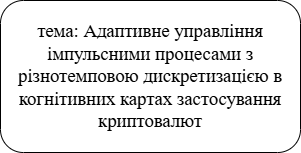
This is diploma idea.drawio.png from GeorgKantsedal/bitcoin-research, a draw.io export, as it was before one commit. Source tidied: cells renumbered, new cells last; positions are measured from the earlier drawing's top-left corner, leaving out a move shared by most shapes.
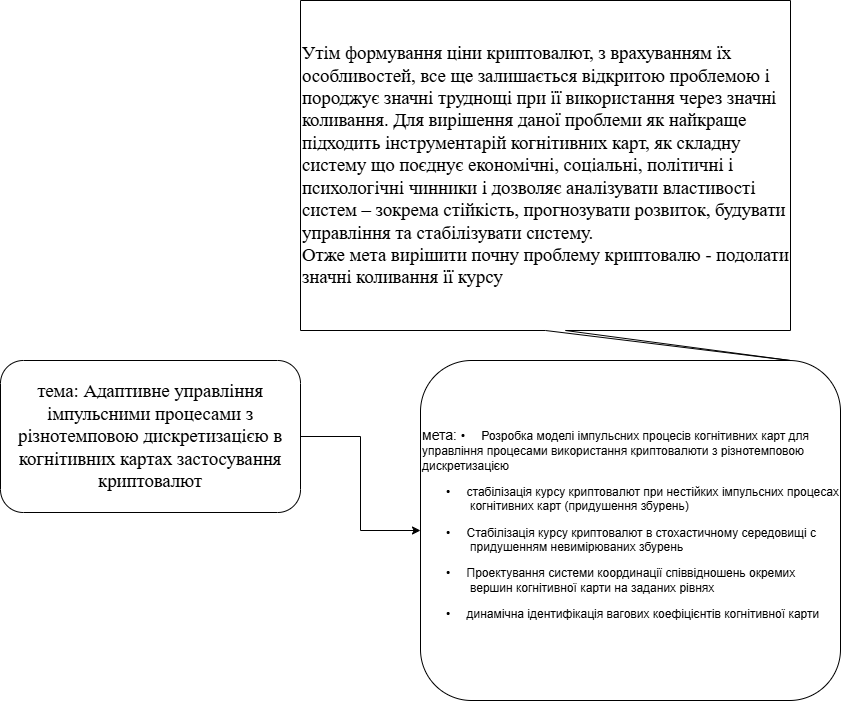
The same file after the commit.

Change to the diagram source:
```diff
@@ -2,8 +2,17 @@
   <root>
     <mxCell id="0" />
     <mxCell id="1" parent="0" />
+    <mxCell id="3" style="edgeStyle=orthogonalEdgeStyle;rounded=0;jettySize=auto;html=1;exitX=1;exitY=0.5;exitDx=0;exitDy=0;entryX=0;entryY=0.5;entryDx=0;entryDy=0;" parent="1" edge="1" source="2" target="4">
+      <mxGeometry relative="1" as="geometry" />
+    </mxCell>
     <mxCell id="2" value="&lt;span style=&quot;font-size:14.0pt;line-height:&lt;br/&gt;115%;font-family:&amp;quot;Times New Roman&amp;quot;,&amp;quot;serif&amp;quot;;mso-fareast-font-family:Calibri;&lt;br/&gt;mso-fareast-theme-font:minor-latin;mso-ansi-language:UK;mso-fareast-language:&lt;br/&gt;EN-US;mso-bidi-language:AR-SA&quot; lang=&quot;UK&quot;&gt;тема: Адаптивне управління імпульсними процесами з&lt;br&gt;різнотемповою дискретизацією в когнітивних картах застосування криптовалют&lt;/span&gt;" style="rounded=1;whiteSpace=wrap;html=1;" parent="1" vertex="1">
       <mxGeometry width="300" height="152" as="geometry" />
     </mxCell>
+    <mxCell id="4" value="&lt;font style=&quot;font-size: 14px;&quot;&gt;мета:&amp;nbsp;&lt;/font&gt;&lt;span style=&quot;text-indent: -18pt; background-color: transparent; color: light-dark(rgb(0, 0, 0), rgb(255, 255, 255)); font-family: Arial, &amp;quot;sans-serif&amp;quot;;&quot;&gt;•&lt;span style=&quot;font-variant-numeric: normal; font-variant-east-asian: normal; font-variant-alternates: normal; font-size-adjust: none; font-kerning: auto; font-optical-sizing: auto; font-feature-settings: normal; font-variation-settings: normal; font-variant-position: normal; font-variant-emoji: normal; font-stretch: normal; font-size: 7pt; line-height: normal; font-family: &amp;quot;Times New Roman&amp;quot;;&quot;&gt;&amp;nbsp;&amp;nbsp;&amp;nbsp;&amp;nbsp;&amp;nbsp;&amp;nbsp; &lt;/span&gt;&lt;/span&gt;&lt;span style=&quot;text-indent: -18pt; background-color: transparent; color: light-dark(rgb(0, 0, 0), rgb(255, 255, 255));&quot; lang=&quot;UK&quot;&gt;Розробка моделі імпульсних процесів когнітивних карт для управління процесами використання криптовалюти з різнотемповою дискретизацією&lt;/span&gt;&lt;p style=&quot;margin-left:36.0pt;text-indent:-18.0pt;mso-list:l0 level1 lfo1;&lt;br/&gt;tab-stops:list 36.0pt&quot; class=&quot;MsoNormal&quot;&gt;&lt;span style=&quot;font-family:&amp;quot;Arial&amp;quot;,&amp;quot;sans-serif&amp;quot;;&lt;br/&gt;mso-fareast-font-family:Arial;mso-ansi-language:RU&quot;&gt;•&lt;span style=&quot;font-variant-numeric: normal; font-variant-east-asian: normal; font-variant-alternates: normal; font-size-adjust: none; font-kerning: auto; font-optical-sizing: auto; font-feature-settings: normal; font-variation-settings: normal; font-variant-position: normal; font-variant-emoji: normal; font-stretch: normal; font-size: 7pt; line-height: normal; font-family: &amp;quot;Times New Roman&amp;quot;;&quot;&gt;&amp;nbsp;&amp;nbsp;&amp;nbsp;&amp;nbsp;&amp;nbsp;&amp;nbsp; &lt;/span&gt;&lt;/span&gt;&lt;span lang=&quot;UK&quot;&gt;стабілізація курсу криптовалют при нестійких імпульсних процесах&lt;br&gt;когнітивних карт (придушення збурень)&lt;/span&gt;&lt;/p&gt;&lt;p style=&quot;margin-left:36.0pt;text-indent:-18.0pt;mso-list:l0 level1 lfo1;&lt;br/&gt;tab-stops:list 36.0pt&quot; class=&quot;MsoNormal&quot;&gt;&lt;span style=&quot;font-family:&amp;quot;Arial&amp;quot;,&amp;quot;sans-serif&amp;quot;;&lt;br/&gt;mso-fareast-font-family:Arial;mso-ansi-language:RU&quot;&gt;•&lt;span style=&quot;font-variant-numeric: normal; font-variant-east-asian: normal; font-variant-alternates: normal; font-size-adjust: none; font-kerning: auto; font-optical-sizing: auto; font-feature-settings: normal; font-variation-settings: normal; font-variant-position: normal; font-variant-emoji: normal; font-stretch: normal; font-size: 7pt; line-height: normal; font-family: &amp;quot;Times New Roman&amp;quot;;&quot;&gt;&amp;nbsp;&amp;nbsp;&amp;nbsp;&amp;nbsp;&amp;nbsp;&amp;nbsp; &lt;/span&gt;&lt;/span&gt;&lt;span lang=&quot;UK&quot;&gt;Стабілізація курсу криптовалют в стохастичному середовищі с придушенням невимірюваних збурень&lt;/span&gt;&lt;/p&gt;&lt;p style=&quot;margin-left:36.0pt;text-indent:-18.0pt;mso-list:l0 level1 lfo1;&lt;br/&gt;tab-stops:list 36.0pt&quot; class=&quot;MsoNormal&quot;&gt;&lt;span style=&quot;font-family:&amp;quot;Arial&amp;quot;,&amp;quot;sans-serif&amp;quot;;&lt;br/&gt;mso-fareast-font-family:Arial;mso-ansi-language:RU&quot;&gt;•&lt;span style=&quot;font-variant-numeric: normal; font-variant-east-asian: normal; font-variant-alternates: normal; font-size-adjust: none; font-kerning: auto; font-optical-sizing: auto; font-feature-settings: normal; font-variation-settings: normal; font-variant-position: normal; font-variant-emoji: normal; font-stretch: normal; font-size: 7pt; line-height: normal; font-family: &amp;quot;Times New Roman&amp;quot;;&quot;&gt;&amp;nbsp;&amp;nbsp;&amp;nbsp;&amp;nbsp;&amp;nbsp;&amp;nbsp; &lt;/span&gt;&lt;/span&gt;&lt;span lang=&quot;UK&quot;&gt;Проектування системи координації співвідношень окремих вершин когнітивної карти на заданих рівнях&lt;/span&gt;&lt;/p&gt;&lt;p style=&quot;margin-left:36.0pt;text-indent:-18.0pt;mso-list:l0 level1 lfo1;&lt;br/&gt;tab-stops:list 36.0pt&quot; class=&quot;MsoNormal&quot;&gt;&lt;span style=&quot;font-family:&amp;quot;Arial&amp;quot;,&amp;quot;sans-serif&amp;quot;;&lt;br/&gt;mso-fareast-font-family:Arial;mso-ansi-language:RU&quot;&gt;•&lt;span style=&quot;font-variant-numeric: normal; font-variant-east-asian: normal; font-variant-alternates: normal; font-size-adjust: none; font-kerning: auto; font-optical-sizing: auto; font-feature-settings: normal; font-variation-settings: normal; font-variant-position: normal; font-variant-emoji: normal; font-stretch: normal; font-size: 7pt; line-height: normal; font-family: &amp;quot;Times New Roman&amp;quot;;&quot;&gt;&amp;nbsp;&amp;nbsp;&amp;nbsp;&amp;nbsp;&amp;nbsp;&amp;nbsp; &lt;/span&gt;&lt;/span&gt;&lt;span lang=&quot;UK&quot;&gt;динамічна ідентифікація вагових коефіцієнтів когнітивної карти&lt;/span&gt;&lt;/p&gt;" style="rounded=1;whiteSpace=wrap;html=1;align=left;" parent="1" vertex="1">
+      <mxGeometry x="420" width="420" height="340" as="geometry" />
+    </mxCell>
+    <mxCell id="5" value="&lt;span style=&quot;font-size:14.0pt;line-height:&lt;br/&gt;150%;font-family:&amp;quot;Times New Roman&amp;quot;,&amp;quot;serif&amp;quot;;mso-fareast-font-family:&amp;quot;Times New Roman&amp;quot;;&lt;br/&gt;mso-ansi-language:UK;mso-fareast-language:EN-US;mso-bidi-language:AR-SA&quot; lang=&quot;UK&quot;&gt;Утім формування ціни криптовалют, з врахуванням їх особливостей, все ще залишається відкритою проблемою і породжує значні труднощі при її використання через значні&lt;br&gt;коливання. Для вирішення даної проблеми як найкраще підходить інструментарій когнітивних карт, як складну систему що поєднує економічні, соціальні, політичні і психологічні чинники і дозволяє аналізувати властивості систем – зокрема стійкість, прогнозувати розвиток, будувати управління та стабілізувати систему.&amp;nbsp;&lt;/span&gt;&lt;div&gt;&lt;span style=&quot;font-size:14.0pt;line-height:&lt;br/&gt;150%;font-family:&amp;quot;Times New Roman&amp;quot;,&amp;quot;serif&amp;quot;;mso-fareast-font-family:&amp;quot;Times New Roman&amp;quot;;&lt;br/&gt;mso-ansi-language:UK;mso-fareast-language:EN-US;mso-bidi-language:AR-SA&quot; lang=&quot;UK&quot;&gt;Отже мета вирішити почну проблему криптовалю - подолати значні коливання її курсу&amp;nbsp;&lt;/span&gt;&lt;/div&gt;" style="shape=callout;whiteSpace=wrap;html=1;perimeter=calloutPerimeter;position2=1;align=left;" parent="1" vertex="1">
+      <mxGeometry x="300" y="-360" width="490" height="360" as="geometry" />
+    </mxCell>
   </root>
 </mxGraphModel>
```
